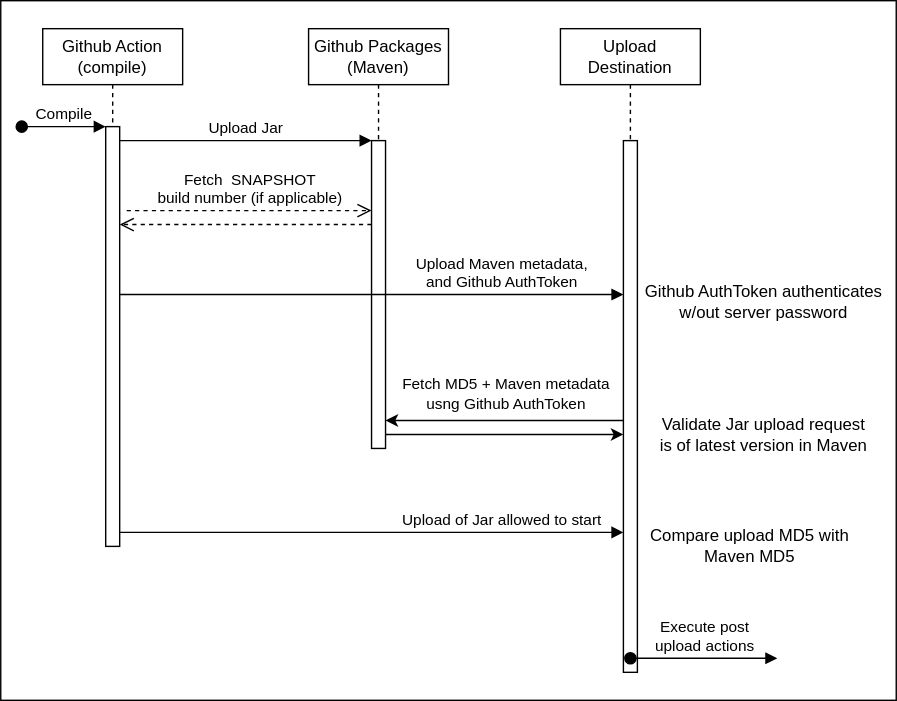
This is requests.drawio.svg from stevenrskelton/build-action-file-receiver, a draw.io export, as it was before one commit. Source tidied: cells renumbered, new cells last; positions are measured from the earlier drawing's top-left corner, leaving out a move shared by most shapes.
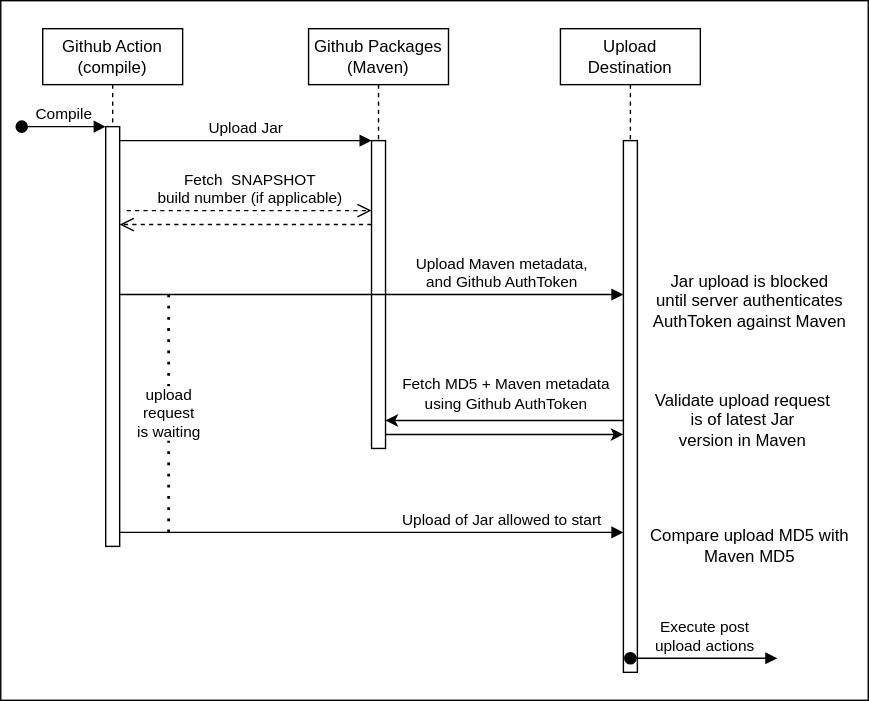
After the commit.

Change to the diagram source:
```diff
@@ -3,7 +3,7 @@
     <mxCell id="0" />
     <mxCell id="1" parent="0" />
     <mxCell id="2" style="rounded=0;whiteSpace=wrap;html=1;" parent="1" vertex="1">
-      <mxGeometry width="640" height="500" as="geometry" />
+      <mxGeometry width="620" height="500" as="geometry" />
     </mxCell>
     <mxCell id="3" value="Github Action&lt;br&gt;(compile)" style="shape=umlLifeline;perimeter=lifelinePerimeter;whiteSpace=wrap;html=1;newEdgeStyle={&quot;edgeStyle&quot;:&quot;elbowEdgeStyle&quot;,&quot;elbow&quot;:&quot;vertical&quot;,&quot;curved&quot;:0,&quot;rounded&quot;:0};" parent="1" vertex="1">
       <mxGeometry x="30" y="20" width="100" height="370" as="geometry" />
@@ -71,13 +71,13 @@
         </Array>
       </mxGeometry>
     </mxCell>
-    <mxCell id="15" value="Fetch MD5 + Maven metadata&lt;br&gt;usng Github AuthToken" style="edgeLabel;html=1;align=center;verticalAlign=middle;" parent="14" vertex="1">
+    <mxCell id="15" value="Fetch MD5 + Maven metadata&lt;br&gt;using Github AuthToken" style="edgeLabel;html=1;align=center;verticalAlign=middle;" parent="14" vertex="1">
       <mxGeometry x="-0.08" y="-1" relative="1" as="geometry">
         <mxPoint x="-7" y="-19" as="offset" />
       </mxGeometry>
     </mxCell>
-    <mxCell id="16" value="Github AuthToken authenticates&lt;br&gt;w/out server password" style="text;html=1;align=center;verticalAlign=middle;strokeColor=none;fillColor=none;" parent="1" vertex="1">
-      <mxGeometry x="450" y="195" width="190" height="40" as="geometry" />
+    <mxCell id="16" value="&lt;div&gt;Jar upload is blocked&lt;br&gt;until server authenticates&lt;br&gt;AuthToken against Maven&lt;br&gt;&lt;/div&gt;" style="text;html=1;align=center;verticalAlign=middle;strokeColor=none;fillColor=none;" parent="1" vertex="1">
+      <mxGeometry x="455" y="185" width="160" height="60" as="geometry" />
     </mxCell>
     <mxCell id="17" style="endArrow=classic;html=1;rounded=0;" parent="1" edge="1" source="7" target="12">
       <mxGeometry relative="1" as="geometry">
@@ -86,8 +86,8 @@
         </Array>
       </mxGeometry>
     </mxCell>
-    <mxCell id="18" value="Validate Jar upload request&lt;br&gt;is of latest version in Maven" style="text;html=1;align=center;verticalAlign=middle;strokeColor=none;fillColor=none;" parent="1" vertex="1">
-      <mxGeometry x="460" y="290" width="170" height="40" as="geometry" />
+    <mxCell id="18" value="Validate upload request&lt;br&gt;is of latest Jar&lt;br&gt;version in Maven" style="text;html=1;align=center;verticalAlign=middle;strokeColor=none;fillColor=none;" parent="1" vertex="1">
+      <mxGeometry x="455" y="270" width="150" height="60" as="geometry" />
     </mxCell>
     <mxCell id="19" value="Execute post&lt;br&gt;upload actions" style="html=1;verticalAlign=bottom;startArrow=oval;endArrow=block;startSize=8;edgeStyle=elbowEdgeStyle;elbow=vertical;curved=0;rounded=0;" parent="1" edge="1">
       <mxGeometry relative="1" as="geometry">
@@ -108,5 +108,11 @@
     <mxCell id="21" value="Compare upload MD5 with&lt;br&gt;Maven MD5" style="text;html=1;align=center;verticalAlign=middle;strokeColor=none;fillColor=none;" parent="1" vertex="1">
       <mxGeometry x="450" y="370" width="170" height="40" as="geometry" />
     </mxCell>
+    <mxCell id="22" value="upload&lt;br&gt;request&lt;br&gt;is waiting" style="endArrow=none;dashed=1;html=1;dashPattern=1 3;strokeWidth=2;rounded=0;" parent="1" edge="1">
+      <mxGeometry relative="1" as="geometry">
+        <mxPoint x="120" y="210" as="sourcePoint" />
+        <mxPoint x="120" y="380" as="targetPoint" />
+      </mxGeometry>
+    </mxCell>
   </root>
 </mxGraphModel>
```
